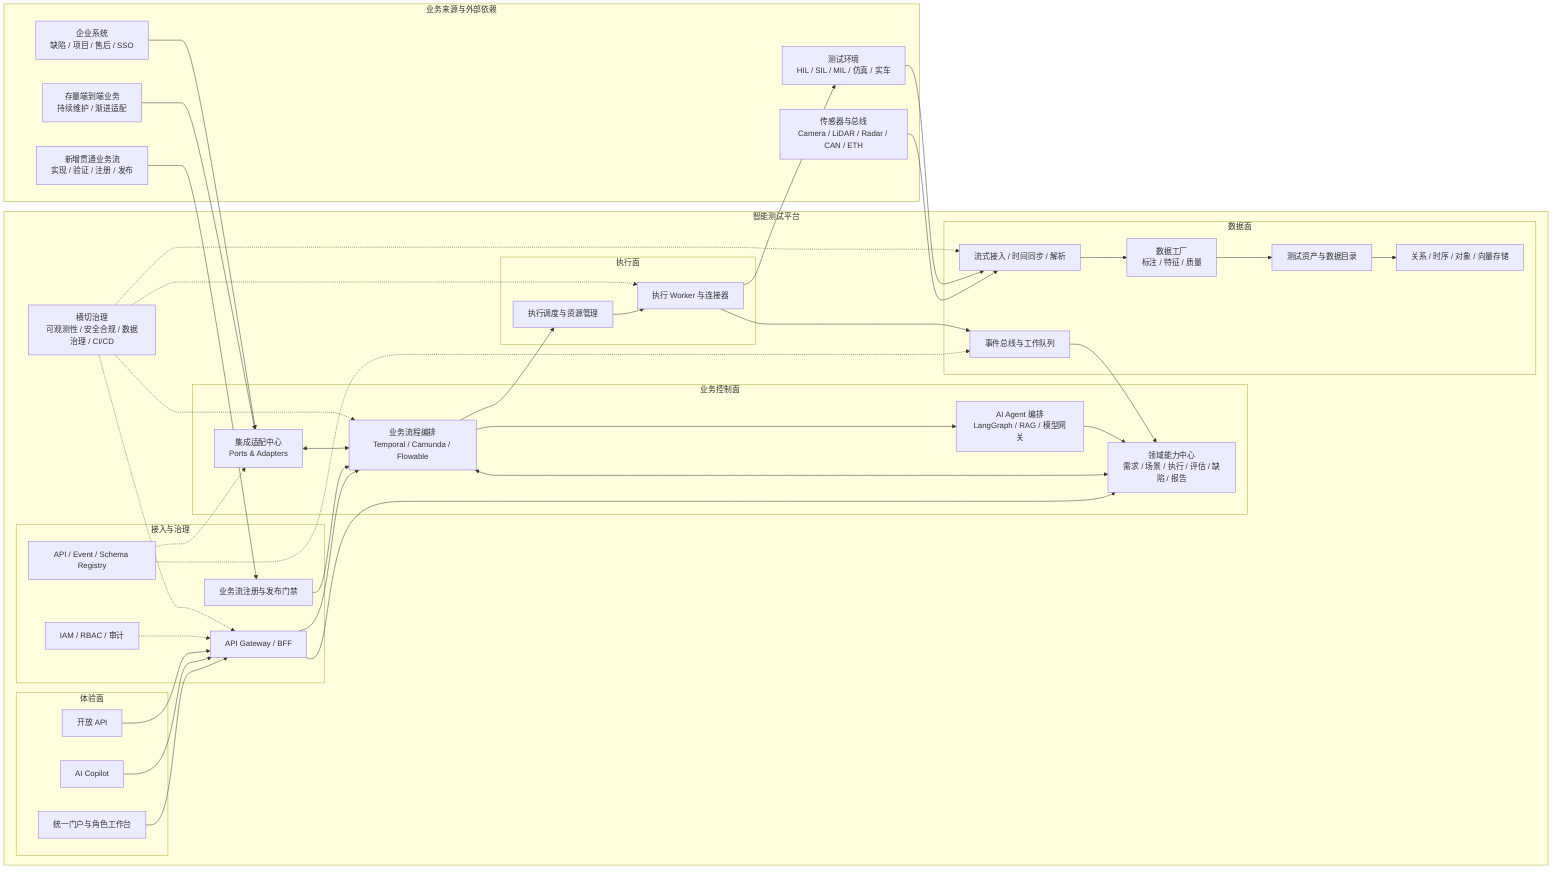
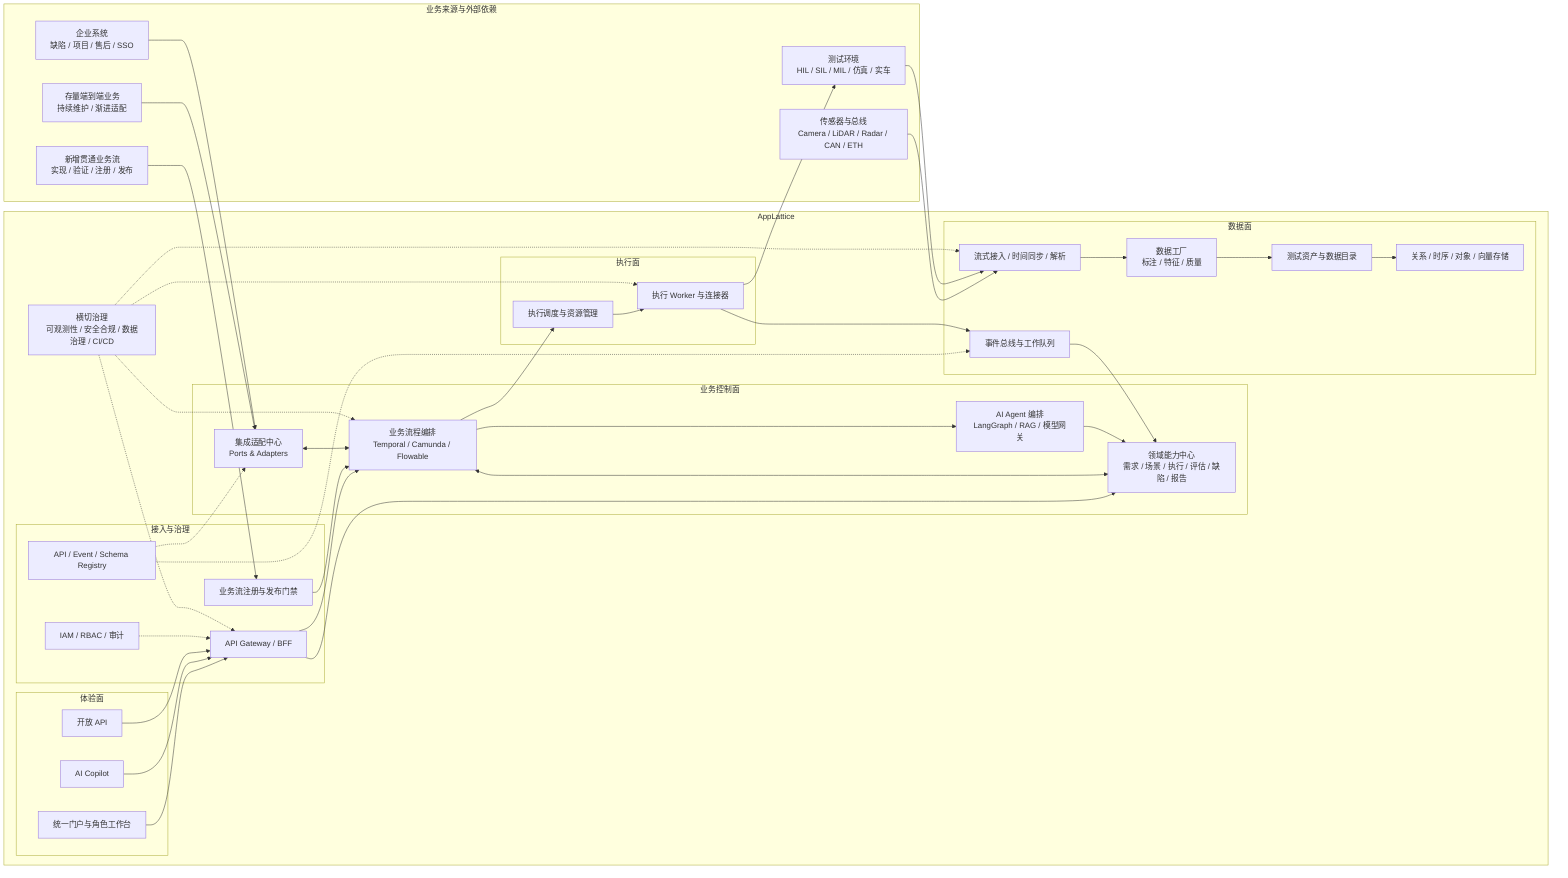
flowchart LR
  subgraph Sources["业务来源与外部依赖"]
    Existing["存量端到端业务\n持续维护 / 渐进适配"]
    NewFlow["新增贯通业务流\n实现 / 验证 / 注册 / 发布"]
    Enterprise["企业系统\n缺陷 / 项目 / 售后 / SSO"]
    TestEnv["测试环境\nHIL / SIL / MIL / 仿真 / 实车"]
    Sensors["传感器与总线\nCamera / LiDAR / Radar / CAN / ETH"]
  end

-   subgraph Platform["智能测试平台"]
+ subgraph Platform["AppLattice"]
    subgraph Experience["体验面"]
      Portal["统一门户与角色工作台"]
      Copilot["AI Copilot"]
      OpenAPI["开放 API"]
    end

    subgraph Access["接入与治理"]
      Gateway["API Gateway / BFF"]
      IAM["IAM / RBAC / 审计"]
      Registry["业务流注册与发布门禁"]
      Contract["API / Event / Schema Registry"]
    end

    subgraph Control["业务控制面"]
      Adapter["集成适配中心\nPorts & Adapters"]
      Workflow["业务流程编排\nTemporal / Camunda / Flowable"]
      Domain["领域能力中心\n需求 / 场景 / 执行 / 评估 / 缺陷 / 报告"]
      AI["AI Agent 编排\nLangGraph / RAG / 模型网关"]
    end

    subgraph Execution["执行面"]
      Scheduler["执行调度与资源管理"]
      Workers["执行 Worker 与连接器"]
    end

    subgraph Data["数据面"]
      Bus["事件总线与工作队列"]
      Ingest["流式接入 / 时间同步 / 解析"]
      Factory["数据工厂\n标注 / 特征 / 质量"]
      Assets["测试资产与数据目录"]
      Stores["关系 / 时序 / 对象 / 向量存储"]
    end

    Governance["横切治理\n可观测性 / 安全合规 / 数据治理 / CI/CD"]
  end

  Existing --> Adapter
  Enterprise --> Adapter
  NewFlow --> Registry
  Portal --> Gateway
  Copilot --> Gateway
  OpenAPI --> Gateway
  Gateway --> Workflow
  Gateway --> Domain
  IAM -.-> Gateway
  Registry --> Workflow
  Contract -.-> Adapter
  Contract -.-> Bus
  Adapter <--> Workflow
  Workflow <--> Domain
  Workflow --> AI
  AI --> Domain
  Workflow --> Scheduler
  Scheduler --> Workers
  Workers --> TestEnv
  Workers --> Bus
  Sensors --> Ingest
  TestEnv --> Ingest
  Ingest --> Factory
  Factory --> Assets
  Assets --> Stores
  Bus --> Domain
  Governance -.-> Gateway
  Governance -.-> Workflow
  Governance -.-> Workers
  Governance -.-> Ingest
